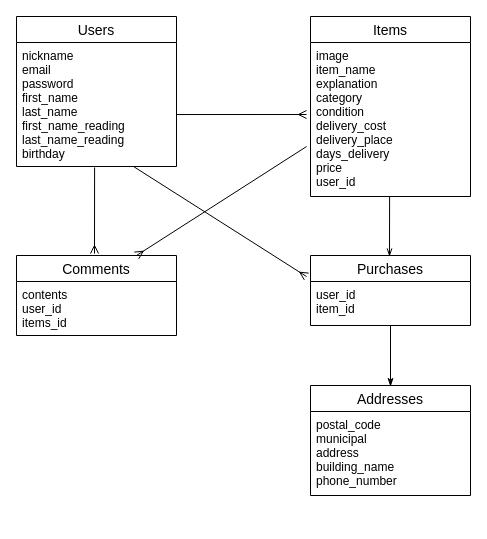
Above: furima.dio in 1997hikaru/furima-35370 (draw.io), before the change. Source tidied: cells renumbered, new cells numbered last; positions are measured from the earlier drawing's top-left corner, leaving out a move shared by most shapes. Both pictures are drawn from the tidied source at 100%, with x=0, y=0 at pixel (16, 16).
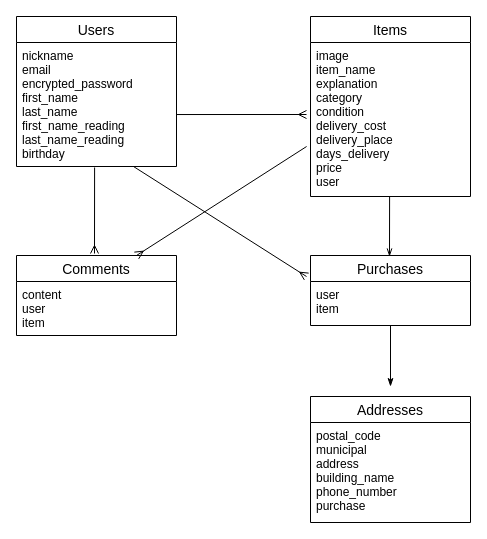
After the change.

Unchanged cells that the change refers to:
```xml
<mxCell id="2" value="Users" style="swimlane;fontStyle=0;horizontal=1;startSize=26;align=center;fontSize=14;rounded=0;sketch=0;" parent="1" vertex="1">
  <mxGeometry width="160" height="150" as="geometry" />
</mxCell>
<mxCell id="4" value="Items" style="swimlane;fontStyle=0;horizontal=1;startSize=26;align=center;fontSize=14;rounded=0;sketch=0;" parent="1" vertex="1">
  <mxGeometry x="294" width="160" height="180" as="geometry" />
</mxCell>
<mxCell id="6" value="Purchases" style="swimlane;fontStyle=0;horizontal=1;startSize=26;align=center;fontSize=14;rounded=0;sketch=0;" parent="1" vertex="1">
  <mxGeometry x="294" y="239" width="160" height="70" as="geometry" />
</mxCell>
<mxCell id="10" value="Comments" style="swimlane;fontStyle=0;horizontal=1;startSize=26;align=center;fontSize=14;rounded=0;sketch=0;" parent="1" vertex="1">
  <mxGeometry y="239" width="160" height="80" as="geometry" />
</mxCell>
```

Change to the diagram source:
```diff
@@
-    <mxCell id="3" value="nickname&#10;email&#10;password&#10;first_name&#10;last_name&#10;first_name_reading&#10;last_name_reading&#10;birthday" style="text;strokeColor=none;fillColor=none;spacingLeft=4;spacingRight=4;overflow=hidden;points=[[0,0.5],[1,0.5]];portConstraint=eastwest;fontSize=12;" parent="2" vertex="1">
+    <mxCell id="3" value="nickname&#10;email&#10;encrypted_password&#10;first_name&#10;last_name&#10;first_name_reading&#10;last_name_reading&#10;birthday" style="text;strokeColor=none;fillColor=none;spacingLeft=4;spacingRight=4;overflow=hidden;points=[[0,0.5],[1,0.5]];portConstraint=eastwest;fontSize=12;" parent="2" vertex="1">
       <mxGeometry y="26" width="160" height="124" as="geometry" />
     </mxCell>
@@
-    <mxCell id="5" value="image&#10;item_name&#10;explanation&#10;category&#10;condition&#10;delivery_cost&#10;delivery_place&#10;days_delivery&#10;price&#10;user_id&#10;" style="text;strokeColor=none;fillColor=none;spacingLeft=4;spacingRight=4;overflow=hidden;fontSize=12;" parent="4" vertex="1">
+    <mxCell id="5" value="image&#10;item_name&#10;explanation&#10;category&#10;condition&#10;delivery_cost&#10;delivery_place&#10;days_delivery&#10;price&#10;user&#10;" style="text;strokeColor=none;fillColor=none;spacingLeft=4;spacingRight=4;overflow=hidden;fontSize=12;" parent="4" vertex="1">
       <mxGeometry y="26" width="160" height="154" as="geometry" />
     </mxCell>
@@
-    <mxCell id="7" value="user_id&#10;item_id" style="text;strokeColor=none;fillColor=none;spacingLeft=4;spacingRight=4;overflow=hidden;fontSize=12;" parent="6" vertex="1">
+    <mxCell id="7" value="user&#10;item" style="text;strokeColor=none;fillColor=none;spacingLeft=4;spacingRight=4;overflow=hidden;fontSize=12;" parent="6" vertex="1">
       <mxGeometry y="26" width="160" height="44" as="geometry" />
     </mxCell>
     <mxCell id="8" value="Addresses" style="swimlane;fontStyle=0;horizontal=1;startSize=26;align=center;fontSize=14;rounded=0;sketch=0;" parent="1" vertex="1">
-      <mxGeometry x="294" y="369" width="160" height="110" as="geometry" />
+      <mxGeometry x="294" y="380" width="160" height="126" as="geometry" />
     </mxCell>
-    <mxCell id="9" value="postal_code&#10;municipal&#10;address&#10;building_name&#10;phone_number&#10;&#10;" style="text;strokeColor=none;fillColor=none;spacingLeft=4;spacingRight=4;overflow=hidden;fontSize=12;" parent="8" vertex="1">
-      <mxGeometry y="26" width="160" height="84" as="geometry" />
+    <mxCell id="9" value="postal_code&#10;municipal&#10;address&#10;building_name&#10;phone_number&#10;purchase&#10;&#10;" style="text;strokeColor=none;fillColor=none;spacingLeft=4;spacingRight=4;overflow=hidden;fontSize=12;" parent="8" vertex="1">
+      <mxGeometry y="26" width="160" height="100" as="geometry" />
     </mxCell>
@@
-    <mxCell id="11" value="contents&#10;user_id&#10;items_id" style="text;strokeColor=none;fillColor=none;spacingLeft=4;spacingRight=4;overflow=hidden;fontSize=12;" parent="10" vertex="1">
+    <mxCell id="11" value="content&#10;user&#10;item" style="text;strokeColor=none;fillColor=none;spacingLeft=4;spacingRight=4;overflow=hidden;fontSize=12;" parent="10" vertex="1">
       <mxGeometry y="26" width="160" height="54" as="geometry" />
     </mxCell>
```
